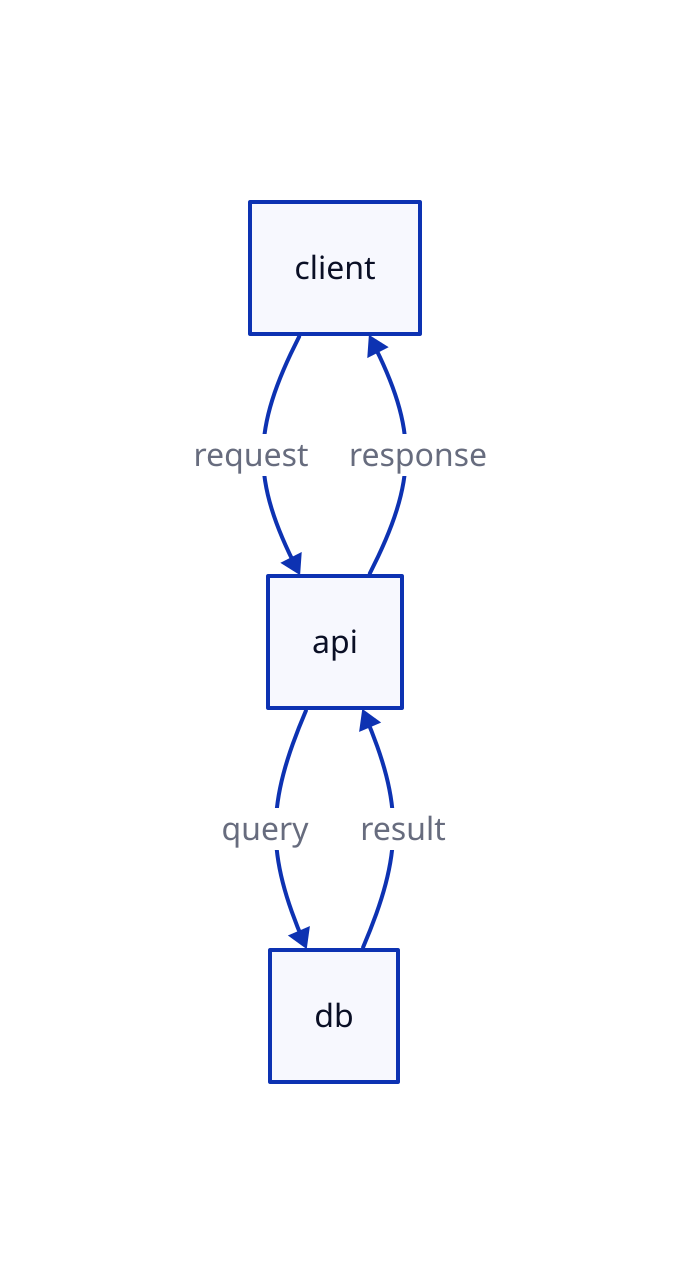
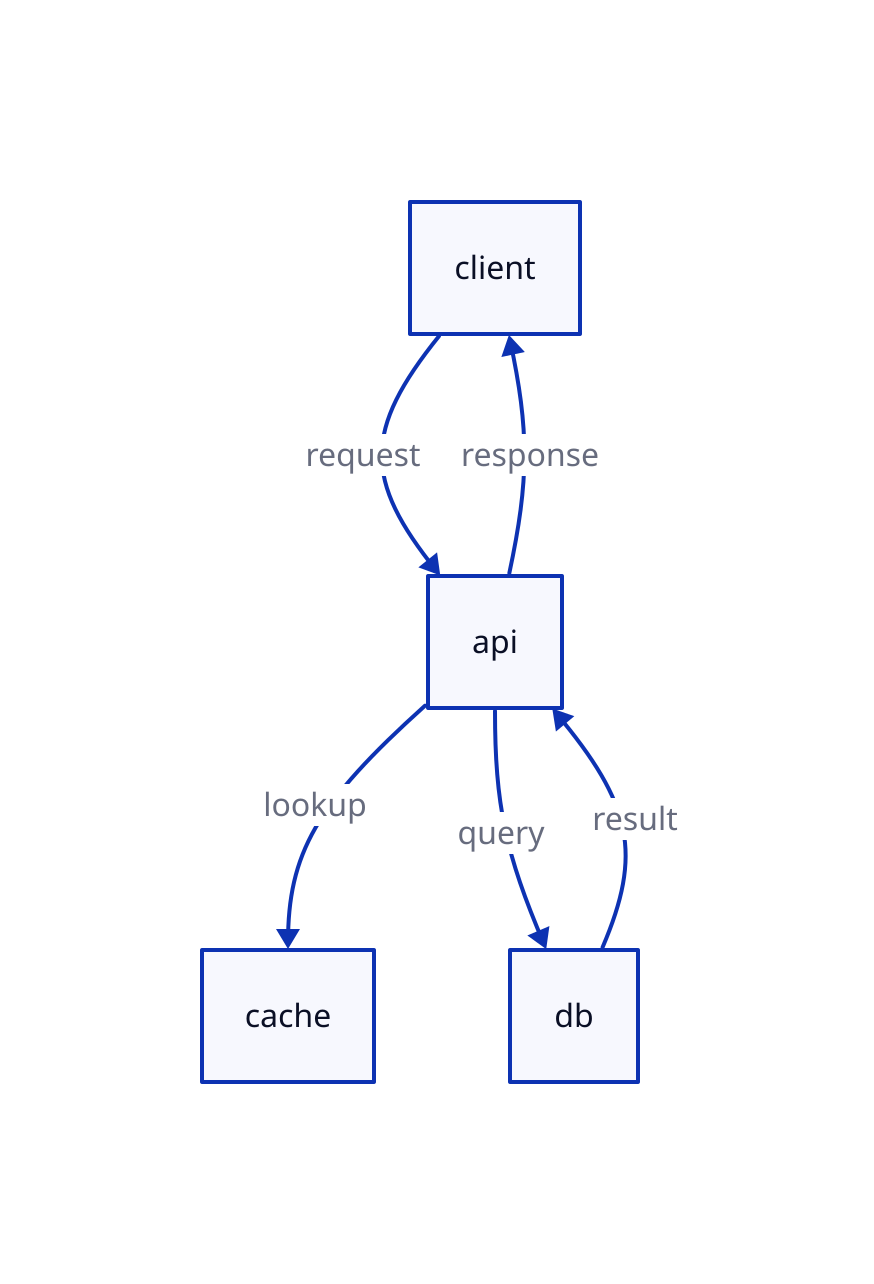
vars: {
  d2-config: {
    layout-engine: elk
  }
}

client -> api: request
+ api -> cache: lookup
api -> db: query
db -> api: result
api -> client: response
